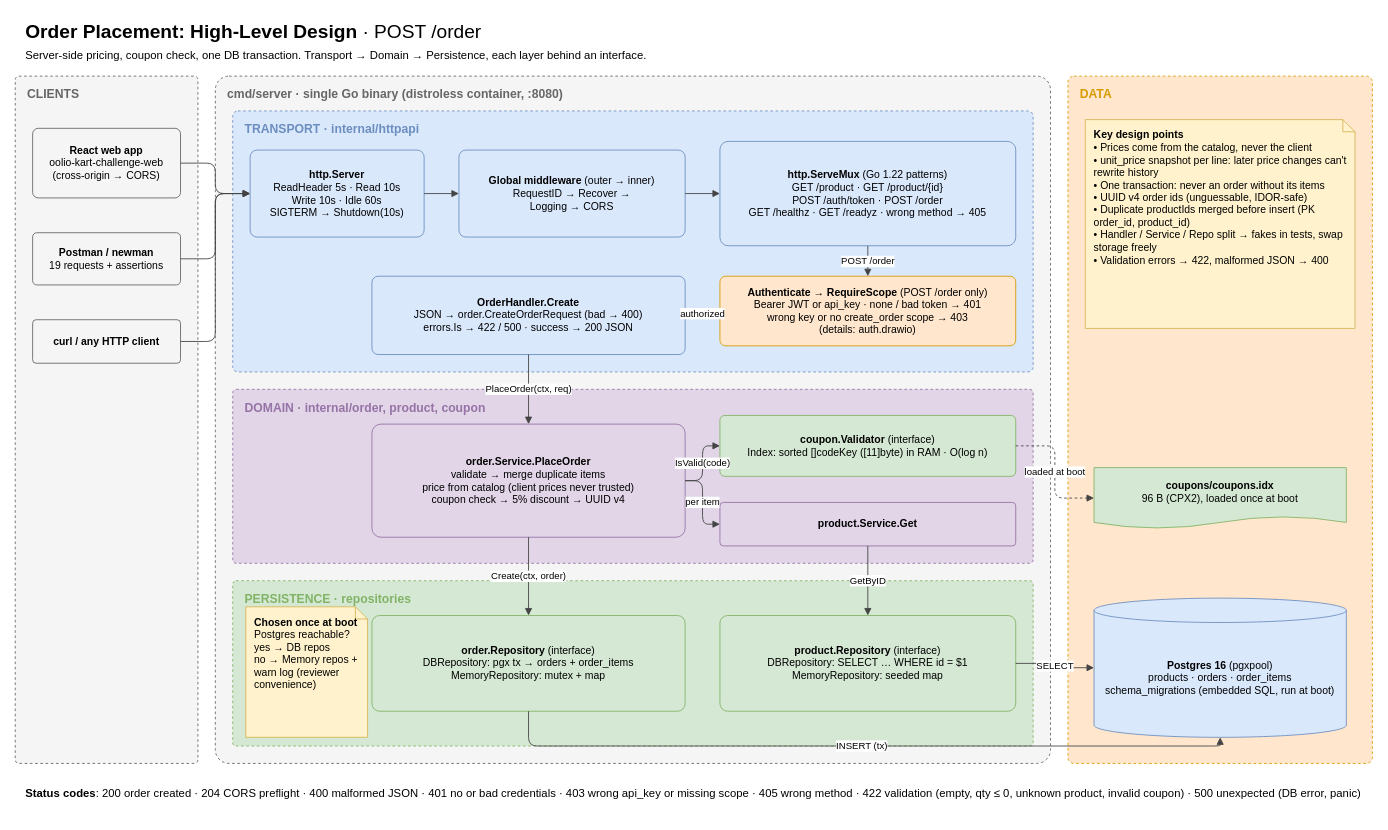
Earlier version of the draw.io diagram page "HLD - Order placement" (1 of 3) of docs/diagrams/order.drawio (Vasanth-Korada/oolio-kart-challenge). Source tidied: cells renumbered, new cells numbered last; positions are measured from the earlier drawing's top-left corner, leaving out a move shared by most shapes. Both pictures are drawn from the tidied source at 87%, with x=0, y=0 at pixel (15, 15).
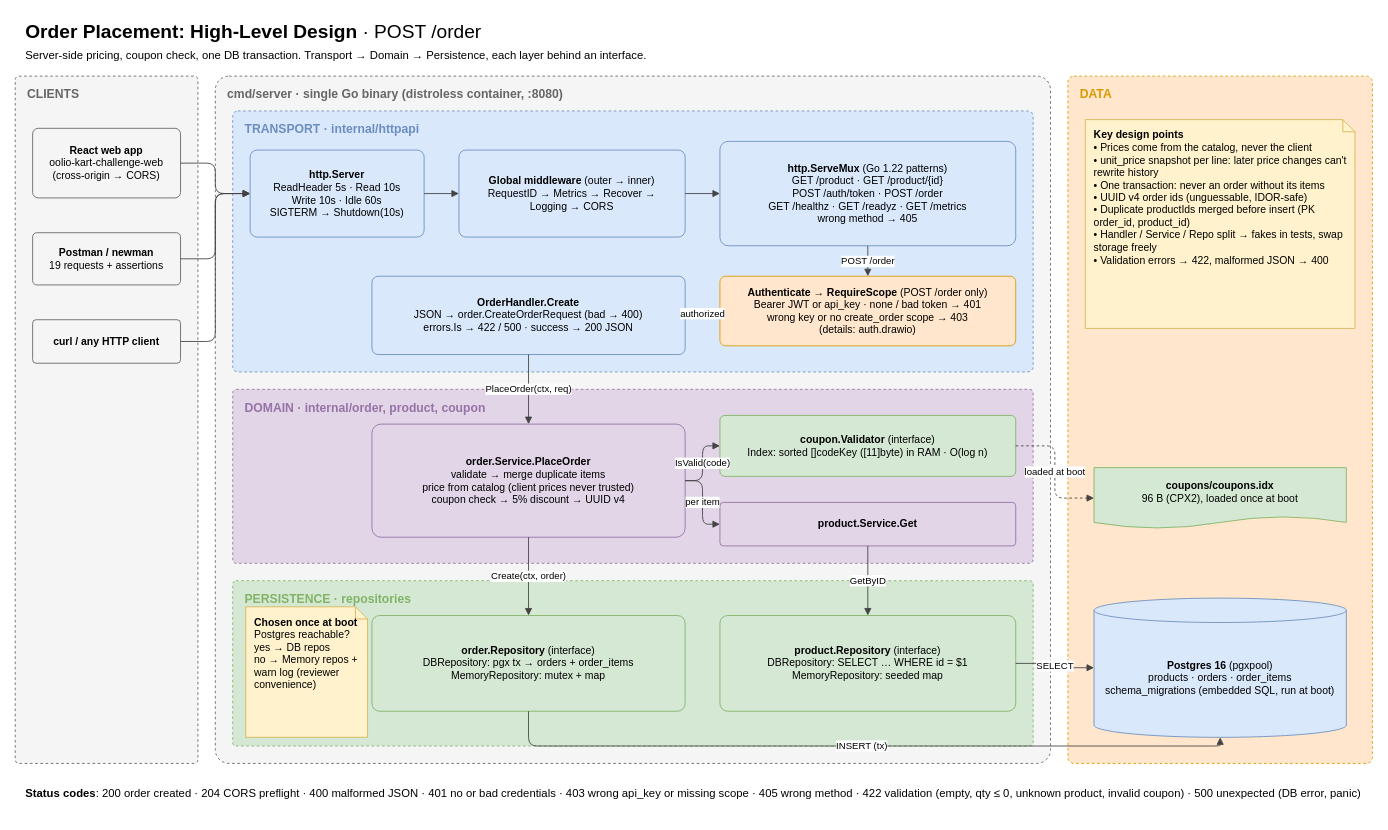
After the change.

Commit message (it also covers changes not shown here):
docs: add the Metrics middleware to the order diagrams

Diff of the diagram source:
```diff
@@
-    <mxCell id="11" value="&lt;b&gt;Global middleware&lt;/b&gt; (outer → inner)&lt;br&gt;RequestID → Recover →&lt;br&gt;Logging → CORS" style="rounded=1;arcSize=8;whiteSpace=wrap;html=1;fillColor=#dae8fc;strokeColor=#6c8ebf;fontSize=12;" parent="1" vertex="1">
+    <mxCell id="11" value="&lt;b&gt;Global middleware&lt;/b&gt; (outer → inner)&lt;br&gt;RequestID → Metrics → Recover →&lt;br&gt;Logging → CORS" style="rounded=1;arcSize=8;whiteSpace=wrap;html=1;fillColor=#dae8fc;strokeColor=#6c8ebf;fontSize=12;" parent="1" vertex="1">
       <mxGeometry x="510" y="155" width="260" height="100" as="geometry" />
     </mxCell>
-    <mxCell id="12" value="&lt;b&gt;http.ServeMux&lt;/b&gt; (Go 1.22 patterns)&lt;br&gt;GET /product · GET /product/{id}&lt;br&gt;POST /auth/token · POST /order&lt;br&gt;GET /healthz · GET /readyz · wrong method → 405" style="rounded=1;arcSize=8;whiteSpace=wrap;html=1;fillColor=#dae8fc;strokeColor=#6c8ebf;fontSize=12;" parent="1" vertex="1">
+    <mxCell id="12" value="&lt;b&gt;http.ServeMux&lt;/b&gt; (Go 1.22 patterns)&lt;br&gt;GET /product · GET /product/{id}&lt;br&gt;POST /auth/token · POST /order&lt;br&gt;GET /healthz · GET /readyz · GET /metrics&lt;br&gt;wrong method → 405" style="rounded=1;arcSize=8;whiteSpace=wrap;html=1;fillColor=#dae8fc;strokeColor=#6c8ebf;fontSize=12;" parent="1" vertex="1">
       <mxGeometry x="810" y="145" width="340" height="120" as="geometry" />
     </mxCell>
```
